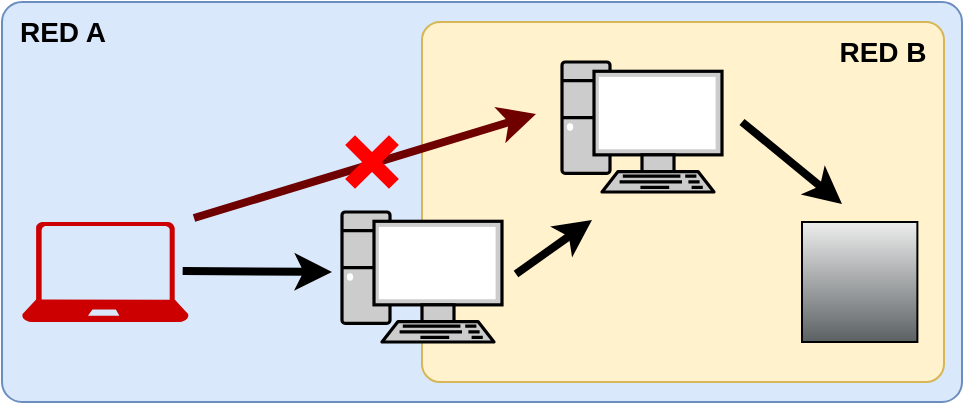
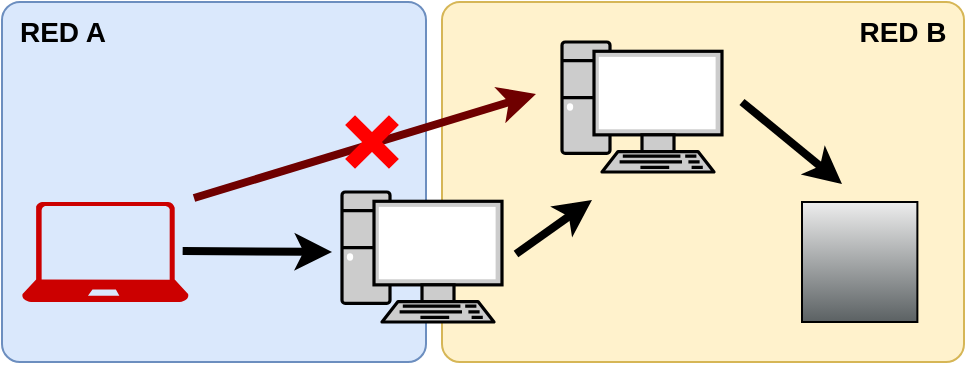
<mxfile host="Electron" agent="Mozilla/5.0 (Windows NT 10.0; Win64; x64) AppleWebKit/537.36 (KHTML, like Gecko) draw.io/29.3.0 Chrome/140.0.7339.249 Electron/38.7.2 Safari/537.36" version="29.3.0">
  <diagram name="Página-1" id="HltEjZsqsQtdWDRedgj1">
    <mxGraphModel dx="789" dy="825" grid="1" gridSize="10" guides="1" tooltips="1" connect="1" arrows="1" fold="1" page="1" pageScale="1" pageWidth="827" pageHeight="1169" math="0" shadow="0">
      <root>
        <mxCell id="0" />
        <mxCell id="1" parent="0" />
-         <mxCell id="W2pszy52U0KSxzTIZwHw-2" parent="1" style="rounded=1;whiteSpace=wrap;html=1;arcSize=5;fillColor=#dae8fc;strokeColor=#6c8ebf;" value="" vertex="1">
-           <mxGeometry height="200" width="480" x="80" y="40" as="geometry" />
+         <mxCell id="D64JlSoWtO8UgLftChxb-1" parent="1" style="rounded=1;whiteSpace=wrap;html=1;arcSize=5;fillColor=#dae8fc;strokeColor=#6c8ebf;" value="" vertex="1">
+           <mxGeometry height="180" width="212" x="80" y="50" as="geometry" />
+         </mxCell>
+         <mxCell id="D64JlSoWtO8UgLftChxb-2" parent="1" style="text;html=1;whiteSpace=wrap;strokeColor=none;fillColor=none;align=center;verticalAlign=middle;rounded=0;fontStyle=1;fontSize=14;" value="RED A" vertex="1">
+           <mxGeometry height="30" width="61" x="80" y="50" as="geometry" />
        </mxCell>
        <mxCell id="W2pszy52U0KSxzTIZwHw-3" parent="1" style="rounded=1;whiteSpace=wrap;html=1;arcSize=5;fillColor=#fff2cc;strokeColor=#d6b656;" value="" vertex="1">
-           <mxGeometry height="180" width="261" x="290" y="50" as="geometry" />
+           <mxGeometry height="180" width="261" x="300" y="50" as="geometry" />
        </mxCell>
        <mxCell id="W2pszy52U0KSxzTIZwHw-4" parent="1" style="sketch=0;aspect=fixed;pointerEvents=1;shadow=0;dashed=0;html=1;strokeColor=none;labelPosition=center;verticalLabelPosition=bottom;verticalAlign=top;align=center;fillColor=#CC0000;shape=mxgraph.azure.laptop" value="" vertex="1">
          <mxGeometry height="50" width="83.33" x="90" y="150" as="geometry" />
        </mxCell>
        <mxCell id="W2pszy52U0KSxzTIZwHw-5" parent="1" style="fontColor=#0066CC;verticalAlign=top;verticalLabelPosition=bottom;labelPosition=center;align=center;html=1;outlineConnect=0;fillColor=#CCCCCC;strokeColor=#000000;gradientColor=none;gradientDirection=north;strokeWidth=2;shape=mxgraph.networks.pc;" value="" vertex="1">
          <mxGeometry height="65" width="80" x="250" y="145" as="geometry" />
        </mxCell>
        <mxCell id="W2pszy52U0KSxzTIZwHw-6" parent="1" style="fontColor=#0066CC;verticalAlign=top;verticalLabelPosition=bottom;labelPosition=center;align=center;html=1;outlineConnect=0;fillColor=#CCCCCC;strokeColor=#000000;gradientColor=none;gradientDirection=north;strokeWidth=2;shape=mxgraph.networks.pc;" value="" vertex="1">
          <mxGeometry height="65" width="80" x="360" y="70" as="geometry" />
        </mxCell>
        <mxCell id="W2pszy52U0KSxzTIZwHw-7" parent="1" style="fillColorStyles=neutralFill;neutralFill=#9DA6A8;shape=mxgraph.networks2.icon;aspect=fixed;fillColor=#EDEDED;strokeColor=#000000;gradientColor=#5B6163;network2IconShadow=1;network2bgFillColor=none;labelPosition=center;verticalLabelPosition=bottom;align=center;verticalAlign=top;network2Icon=mxgraph.networks2.printer;network2IconW=1;network2IconH=1.04;" value="" vertex="1">
          <mxGeometry height="60" width="57.69" x="480" y="150" as="geometry" />
        </mxCell>
        <mxCell id="W2pszy52U0KSxzTIZwHw-8" edge="1" parent="1" style="endArrow=classic;html=1;rounded=0;strokeWidth=4;exitX=1.024;exitY=0.49;exitDx=0;exitDy=0;exitPerimeter=0;" value="">
          <mxGeometry height="50" relative="1" width="50" as="geometry">
            <mxPoint x="170.32992000000002" y="174.5" as="sourcePoint" />
            <mxPoint x="245" y="175" as="targetPoint" />
          </mxGeometry>
        </mxCell>
        <mxCell id="W2pszy52U0KSxzTIZwHw-9" edge="1" parent="1" style="endArrow=classic;html=1;rounded=0;strokeWidth=4;" value="">
          <mxGeometry height="50" relative="1" width="50" as="geometry">
            <mxPoint x="337" y="176" as="sourcePoint" />
            <mxPoint x="375" y="149" as="targetPoint" />
          </mxGeometry>
        </mxCell>
        <mxCell id="W2pszy52U0KSxzTIZwHw-10" edge="1" parent="1" style="endArrow=classic;html=1;rounded=0;strokeWidth=4;" value="">
          <mxGeometry height="50" relative="1" width="50" as="geometry">
            <mxPoint x="450" y="100" as="sourcePoint" />
            <mxPoint x="500" y="141" as="targetPoint" />
          </mxGeometry>
        </mxCell>
        <mxCell id="W2pszy52U0KSxzTIZwHw-11" edge="1" parent="1" style="endArrow=classic;html=1;rounded=0;strokeWidth=4;fillColor=#a20025;strokeColor=#6F0000;" value="">
          <mxGeometry height="50" relative="1" width="50" as="geometry">
            <mxPoint x="176" y="148" as="sourcePoint" />
            <mxPoint x="347" y="96" as="targetPoint" />
          </mxGeometry>
        </mxCell>
        <mxCell id="W2pszy52U0KSxzTIZwHw-12" parent="1" style="shape=cross;whiteSpace=wrap;html=1;strokeColor=#FF0000;fillColor=#FF0000;rotation=-45;" value="" vertex="1">
          <mxGeometry height="30" width="30" x="250" y="105" as="geometry" />
        </mxCell>
        <mxCell id="W2pszy52U0KSxzTIZwHw-15" parent="1" style="text;html=1;whiteSpace=wrap;strokeColor=none;fillColor=none;align=center;verticalAlign=middle;rounded=0;fontStyle=1;fontSize=14;" value="RED B" vertex="1">
-           <mxGeometry height="30" width="61" x="490" y="50" as="geometry" />
-         </mxCell>
-         <mxCell id="W2pszy52U0KSxzTIZwHw-16" parent="1" style="text;html=1;whiteSpace=wrap;strokeColor=none;fillColor=none;align=center;verticalAlign=middle;rounded=0;fontStyle=1;fontSize=14;" value="RED A" vertex="1">
-           <mxGeometry height="30" width="61" x="80" y="40" as="geometry" />
+           <mxGeometry height="30" width="61" x="500" y="50" as="geometry" />
        </mxCell>
      </root>
    </mxGraphModel>
  </diagram>
</mxfile>
